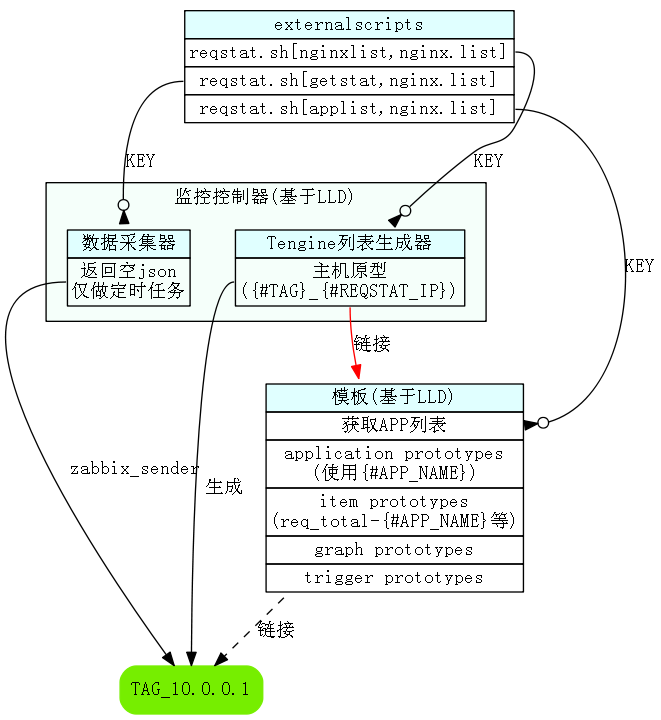
annProg/mydoc keeps this Graphviz diagram as nginx/img/reqstat_zabbix.png. Above is the earlier version. Its source is kept beside it as nginx/img/reqstat_zabbix.dot. Source of this version:
```dot
digraph zabbix {
	fontname = "SimSun";
	node [shape=Mrecord,fontname="SimSun"];
	edge [fontname="SimSun"];

	extscript [shape="plaintext", label=<
		<table border="0" cellborder="1" cellspacing="0" align="left">
			<tr><td bgcolor="lightcyan">externalscripts</td></tr>
			<tr><td port="nginx">reqstat.sh[nginxlist,nginx.list]</td></tr>
			<tr><td port="getstat">reqstat.sh[getstat,nginx.list]</td></tr>
			<tr><td port="applist">reqstat.sh[applist,nginx.list]</td></tr>
		</table>
	>];

	subgraph cluster_lld {
		label="监控控制器(基于LLD)";
		style="filled";
		bgcolor="mintcream";

		list [shape="plaintext", label=<
			<table border="0" cellborder="1" cellspacing="0" align="left">
				<tr><td bgcolor="lightcyan">Tengine列表生成器</td></tr>
				<tr><td port="host">主机原型<br />({#TAG}_{#REQSTAT_IP})</td></tr>
			</table>
		>];

		getstat [shape="plaintext", label=<
			<table border="0" cellborder="1" cellspacing="0" align="left">
				<tr><td bgcolor="lightcyan">数据采集器</td></tr>
				<tr><td port="sender">返回空json<br />仅做定时任务</td></tr>
			</table>
		>];
	}

	extscript:nginx -> list [arrowhead=invodot, label="KEY"];
	extscript:getstat -> getstat [arrowhead=invodot, label="KEY"];

	template [shape="plaintext", label=<
		<table border="0" cellborder="1" cellspacing="0" align="left">
			<tr><td bgcolor="lightcyan">模板(基于LLD)</td></tr>
			<tr><td port="applist">获取APP列表</td></tr>
			<tr><td port="application">application prototypes<br/>(使用{#APP_NAME})</td></tr>
			<tr><td port="item">item prototypes<br/>(req_total-{#APP_NAME}等)</td></tr>
			<tr><td port="graph">graph prototypes</td></tr>
			<tr><td port="trigger">trigger prototypes</td></tr>
		</table>
	>];

	extscript:applist -> template:applist [arrowhead=invodot, label="KEY"];
	host [label="TAG_10.0.0.1", color="chartreuse2", style="filled"];

	list:host -> template [label="链接", color="red"];
	list:host:w -> host[label="生成"];

	template -> host [label="链接", style="dashed"];

	getstat:sender:w -> host [headlabel="zabbix_sender", labeldistance=15];


}
```
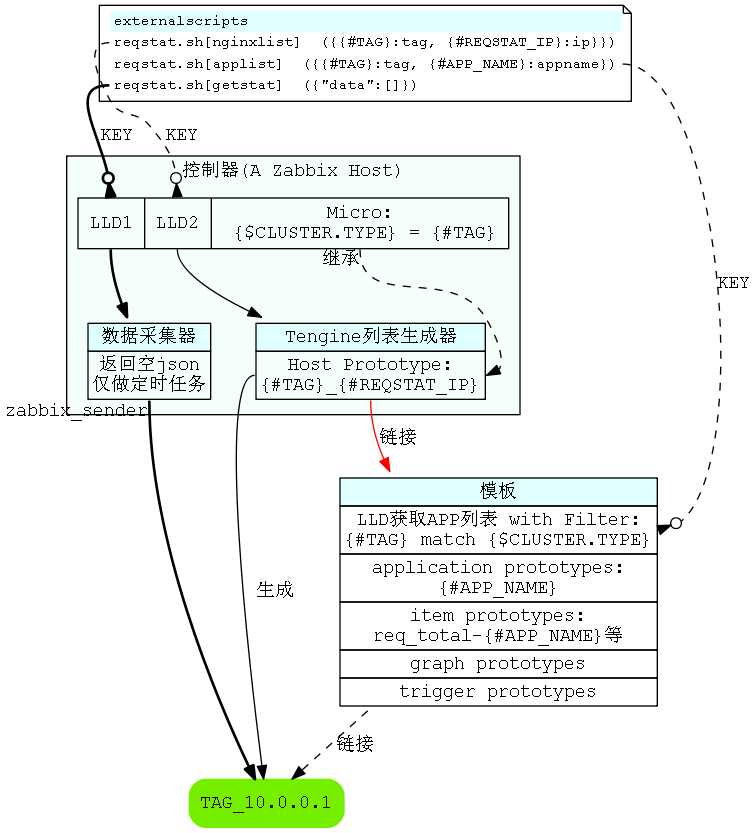
Above is the later version.

Commit message:
fix reqstat zabbix

Diff of the diagram source:
```diff
@@ -1,26 +1,28 @@
 digraph zabbix {
-	fontname = "SimSun";
-	node [shape=Mrecord,fontname="SimSun"];
-	edge [fontname="SimSun"];
+	fontname = "Courier New, SimSun";
+	node [shape=Mrecord,fontname="MONACO,Courier New,SimSun"];
+	edge [fontname="Courier New,SimSun"];
 
-	extscript [shape="plaintext", label=<
-		<table border="0" cellborder="1" cellspacing="0" align="left">
-			<tr><td bgcolor="lightcyan">externalscripts</td></tr>
-			<tr><td port="nginx">reqstat.sh[nginxlist,nginx.list]</td></tr>
-			<tr><td port="getstat">reqstat.sh[getstat,nginx.list]</td></tr>
-			<tr><td port="applist">reqstat.sh[applist,nginx.list]</td></tr>
+	extscript [fontsize=11, shape="note", label=<
+		<table border="0" cellborder="0" cellspacing="0" align="left">
+			<tr><td align="left" bgcolor="lightcyan">externalscripts</td></tr>
+			<tr><td align="left" port="nginx">reqstat.sh[nginxlist]  ({{#TAG}:tag, {#REQSTAT_IP}:ip}})</td></tr>
+			<tr><td align="left" port="applist">reqstat.sh[applist]  ({{#TAG}:tag, {#APP_NAME}:appname})</td></tr>
+			<tr><td align="left" port="getstat">reqstat.sh[getstat]  ({"data":[]})</td></tr>
+
 		</table>
 	>];
 
 	subgraph cluster_lld {
-		label="监控控制器(基于LLD)";
+		label="控制器(A Zabbix Host)";
 		style="filled";
 		bgcolor="mintcream";
 
+		zbxhost [shape=record, label="<lld1>LLD1|<lld2>LLD2|<micro>Micro:\n \{$CLUSTER.TYPE\} = \{#TAG\} "];
 		list [shape="plaintext", label=<
 			<table border="0" cellborder="1" cellspacing="0" align="left">
 				<tr><td bgcolor="lightcyan">Tengine列表生成器</td></tr>
-				<tr><td port="host">主机原型<br />({#TAG}_{#REQSTAT_IP})</td></tr>
+				<tr><td port="host">Host Prototype:<br />{#TAG}_{#REQSTAT_IP}</td></tr>
 			</table>
 		>];
 
@@ -30,31 +32,33 @@
 				<tr><td port="sender">返回空json<br />仅做定时任务</td></tr>
 			</table>
 		>];
+
+		zbxhost:lld1 -> getstat[style="bold"];
+		zbxhost:lld2 -> list;
+		zbxhost:micro -> list:host:e [style="dashed", taillabel=" 继承"];
 	}
 
-	extscript:nginx -> list [arrowhead=invodot, label="KEY"];
-	extscript:getstat -> getstat [arrowhead=invodot, label="KEY"];
+	extscript:nginx -> zbxhost:lld2 [arrowhead=invodot, label="KEY", style="dashed"];
+	extscript:getstat:w -> zbxhost:lld1 [arrowhead=invodot, label="KEY", style="bold"];
 
 	template [shape="plaintext", label=<
 		<table border="0" cellborder="1" cellspacing="0" align="left">
-			<tr><td bgcolor="lightcyan">模板(基于LLD)</td></tr>
-			<tr><td port="applist">获取APP列表</td></tr>
-			<tr><td port="application">application prototypes<br/>(使用{#APP_NAME})</td></tr>
-			<tr><td port="item">item prototypes<br/>(req_total-{#APP_NAME}等)</td></tr>
+			<tr><td bgcolor="lightcyan">模板</td></tr>
+			<tr><td port="applist">LLD获取APP列表 with Filter:<br />{#TAG} match {$CLUSTER.TYPE}</td></tr>
+			<tr><td port="application">application prototypes:<br/>{#APP_NAME}</td></tr>
+			<tr><td port="item">item prototypes:<br/>req_total-{#APP_NAME}等</td></tr>
 			<tr><td port="graph">graph prototypes</td></tr>
 			<tr><td port="trigger">trigger prototypes</td></tr>
 		</table>
 	>];
 
-	extscript:applist -> template:applist [arrowhead=invodot, label="KEY"];
+	extscript:applist -> template:applist [arrowhead=invodot, label="KEY", style="dashed"];
 	host [label="TAG_10.0.0.1", color="chartreuse2", style="filled"];
 
 	list:host -> template [label="链接", color="red"];
-	list:host:w -> host[label="生成"];
+	list:host -> host[label="生成"];
 
 	template -> host [label="链接", style="dashed"];
 
-	getstat:sender:w -> host [headlabel="zabbix_sender", labeldistance=15];
-
-
+	getstat:sender -> host [taillabel="zabbix_sender", style="bold"];
 }
```
